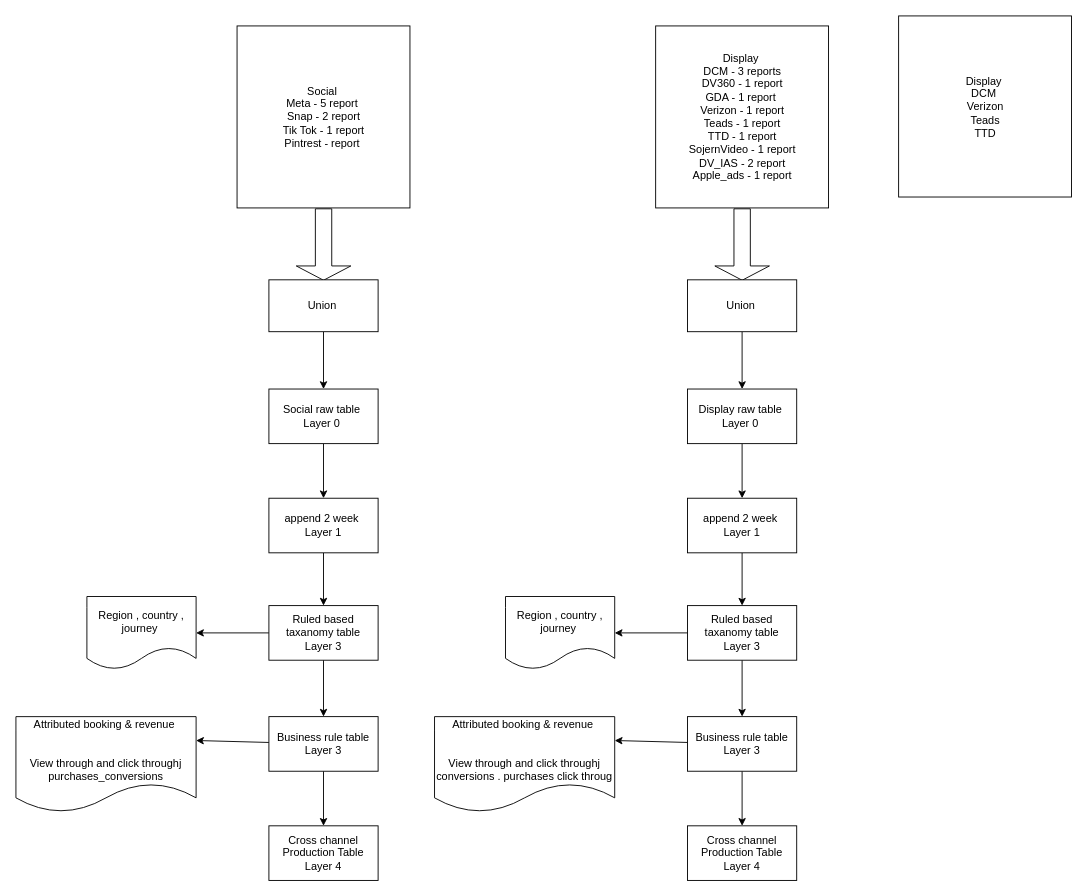
Before: page "Page-3" (3 of 3) of Re-Architecture Marriott.drawio in mundimark/awesome-markdown-editors, a draw.io diagram. Source tidied: cells renumbered, new cells numbered last; positions are measured from the earlier drawing's top-left corner, leaving out a move shared by most shapes. Both pictures are drawn from the tidied source at 91%, with x=0, y=0 at pixel (15, 15).
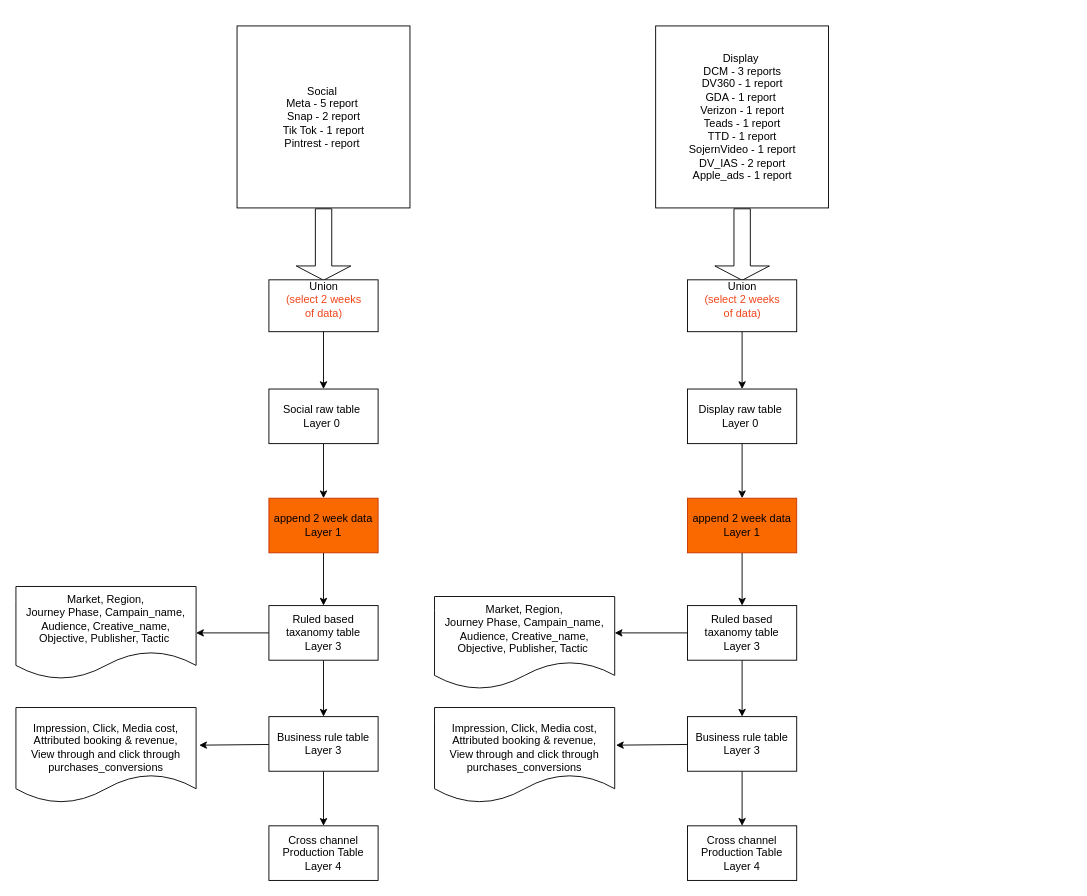
The same diagram, later.

Unchanged cells that the change refers to:
```xml
<mxCell id="7" value="Social raw table&amp;nbsp;&lt;br&gt;Layer 0&amp;nbsp;" style="whiteSpace=wrap;html=1;dashed=0;" parent="1" vertex="1">
  <mxGeometry x="278" y="410" width="120" height="60" as="geometry" />
</mxCell>
<mxCell id="12" value="Ruled based taxanomy table&lt;br&gt;Layer 3" style="whiteSpace=wrap;html=1;dashed=0;" parent="1" vertex="1">
  <mxGeometry x="278" y="648" width="120" height="60" as="geometry" />
</mxCell>
<mxCell id="15" value="Business rule table&lt;br&gt;Layer 3" style="whiteSpace=wrap;html=1;dashed=0;" parent="1" vertex="1">
  <mxGeometry x="278" y="770" width="120" height="60" as="geometry" />
</mxCell>
<mxCell id="30" value="Ruled based taxanomy table&lt;br&gt;Layer 3" style="whiteSpace=wrap;html=1;dashed=0;" parent="1" vertex="1">
  <mxGeometry x="738" y="648" width="120" height="60" as="geometry" />
</mxCell>
<mxCell id="33" value="Business rule table&lt;br&gt;Layer 3" style="whiteSpace=wrap;html=1;dashed=0;" parent="1" vertex="1">
  <mxGeometry x="738" y="770" width="120" height="60" as="geometry" />
</mxCell>
```

What changed in the source:
```diff
@@
-    <mxCell id="5" value="Union&amp;nbsp;" style="html=1;dashed=0;whitespace=wrap;" parent="1" vertex="1">
+    <mxCell id="5" value="Union&lt;br&gt;&lt;font color=&quot;#f0451a&quot;&gt;(select 2 weeks &lt;br&gt;of data)&lt;/font&gt;&lt;br&gt;&amp;nbsp;" style="html=1;dashed=0;whitespace=wrap;" parent="1" vertex="1">
       <mxGeometry x="278" y="290" width="120" height="57" as="geometry" />
     </mxCell>
-    <mxCell id="6" style="edgeStyle=none;html=1;" parent="1" edge="1" source="7" target="9">
-      <mxGeometry relative="1" as="geometry" />
+    <mxCell id="6" style="edgeStyle=none;html=1;" parent="1" edge="1" source="7">
+      <mxGeometry relative="1" as="geometry">
+        <mxPoint x="338" y="530" as="targetPoint" />
+      </mxGeometry>
     </mxCell>
@@
-    <mxCell id="8" style="edgeStyle=none;html=1;" parent="1" edge="1" source="9" target="12">
-      <mxGeometry relative="1" as="geometry" />
+    <mxCell id="8" style="edgeStyle=none;html=1;" parent="1" edge="1" target="12">
+      <mxGeometry relative="1" as="geometry">
+        <mxPoint x="338" y="590" as="sourcePoint" />
+      </mxGeometry>
     </mxCell>
-    <mxCell id="9" value="append 2 week&amp;nbsp;&lt;br&gt;Layer 1" style="whiteSpace=wrap;html=1;dashed=0;" parent="1" vertex="1">
-      <mxGeometry x="278" y="530" width="120" height="60" as="geometry" />
-    </mxCell>
@@
-    <mxCell id="14" style="edgeStyle=none;html=1;entryX=1;entryY=0.25;entryDx=0;entryDy=0;" parent="1" edge="1" source="15" target="18">
+    <mxCell id="14" style="edgeStyle=none;html=1;entryX=1.017;entryY=0.394;entryDx=0;entryDy=0;entryPerimeter=0;" parent="1" edge="1" source="15" target="18">
       <mxGeometry relative="1" as="geometry" />
     </mxCell>
@@
-    <mxCell id="17" value="Region , country , journey&amp;nbsp;" style="shape=document;whiteSpace=wrap;html=1;boundedLbl=1;dashed=0;" parent="1" vertex="1">
-      <mxGeometry x="78" y="638" width="120" height="80" as="geometry" />
+    <mxCell id="17" value="Market, Region,&lt;br&gt;Journey Phase, Campain_name,&lt;br&gt;Audience, Creative_name,&lt;br&gt;Objective, Publisher, Tactic&amp;nbsp;" style="shape=document;whiteSpace=wrap;html=1;boundedLbl=1;dashed=0;" parent="1" vertex="1">
+      <mxGeometry y="627" width="198" height="102" as="geometry" />
     </mxCell>
-    <mxCell id="18" value="Attributed booking &amp;amp; revenue&amp;nbsp;&lt;br&gt;&lt;br&gt;&lt;br&gt;View through and click throughj purchases_conversions" style="shape=document;whiteSpace=wrap;html=1;boundedLbl=1;dashed=0;" parent="1" vertex="1">
-      <mxGeometry y="770" width="198" height="105" as="geometry" />
+    <mxCell id="18" value="&lt;br&gt;Impression, Click, Media cost, Attributed booking &amp;amp; revenue,&lt;br&gt;View through and click through purchases_conversions" style="shape=document;whiteSpace=wrap;html=1;boundedLbl=1;dashed=0;" parent="1" vertex="1">
+      <mxGeometry y="760" width="198" height="105" as="geometry" />
     </mxCell>
-    <mxCell id="19" value="Display&amp;nbsp;&lt;br&gt;DCM&amp;nbsp;&lt;br&gt;Verizon&lt;br&gt;Teads&lt;br&gt;TTD&lt;br&gt;" style="html=1;dashed=0;whitespace=wrap;" parent="1" vertex="1">
-      <mxGeometry x="970" width="190" height="199" as="geometry" />
-    </mxCell>
@@
-    <mxCell id="23" value="Union&amp;nbsp;" style="html=1;dashed=0;whitespace=wrap;" parent="1" vertex="1">
+    <mxCell id="23" value="Union&lt;br&gt;&lt;font color=&quot;#f0451a&quot;&gt;(select 2 weeks&lt;br&gt;of data)&lt;/font&gt;&lt;br&gt;&amp;nbsp;" style="html=1;dashed=0;whitespace=wrap;" parent="1" vertex="1">
       <mxGeometry x="738" y="290" width="120" height="57" as="geometry" />
     </mxCell>
@@
-    <mxCell id="27" value="append 2 week&amp;nbsp;&lt;br&gt;Layer 1" style="whiteSpace=wrap;html=1;dashed=0;" parent="1" vertex="1">
+    <mxCell id="27" value="append 2 week data&lt;br&gt;Layer 1" style="whiteSpace=wrap;html=1;dashed=0;fillColor=#fa6800;fontColor=#000000;strokeColor=#C73500;" parent="1" vertex="1">
       <mxGeometry x="738" y="530" width="120" height="60" as="geometry" />
     </mxCell>
@@
-    <mxCell id="29" style="edgeStyle=none;html=1;" parent="1" edge="1" source="30" target="35">
-      <mxGeometry relative="1" as="geometry" />
+    <mxCell id="29" style="edgeStyle=none;html=1;" parent="1" edge="1" source="30">
+      <mxGeometry relative="1" as="geometry">
+        <mxPoint x="658" y="678" as="targetPoint" />
+      </mxGeometry>
     </mxCell>
@@
-    <mxCell id="32" style="edgeStyle=none;html=1;entryX=1;entryY=0.25;entryDx=0;entryDy=0;" parent="1" edge="1" source="33" target="36">
+    <mxCell id="32" style="edgeStyle=none;html=1;entryX=1.007;entryY=0.394;entryDx=0;entryDy=0;entryPerimeter=0;" parent="1" edge="1" source="33" target="36">
       <mxGeometry relative="1" as="geometry" />
     </mxCell>
@@
-    <mxCell id="35" value="Region , country , journey&amp;nbsp;" style="shape=document;whiteSpace=wrap;html=1;boundedLbl=1;dashed=0;" parent="1" vertex="1">
-      <mxGeometry x="538" y="638" width="120" height="80" as="geometry" />
-    </mxCell>
-    <mxCell id="36" value="Attributed booking &amp;amp; revenue&amp;nbsp;&lt;br&gt;&lt;br&gt;&lt;br&gt;View through and click throughj conversions . purchases click throug" style="shape=document;whiteSpace=wrap;html=1;boundedLbl=1;dashed=0;" parent="1" vertex="1">
-      <mxGeometry x="460" y="770" width="198" height="105" as="geometry" />
+    <mxCell id="36" value="&lt;br&gt;Impression, Click, Media cost, Attributed booking &amp;amp; revenue,&lt;br&gt;View through and click through purchases_conversions" style="shape=document;whiteSpace=wrap;html=1;boundedLbl=1;dashed=0;" parent="1" vertex="1">
+      <mxGeometry x="460" y="760" width="198" height="105" as="geometry" />
     </mxCell>
+    <mxCell id="37" value="append 2 week data&lt;br&gt;Layer 1" style="whiteSpace=wrap;html=1;dashed=0;fillColor=#fa6800;fontColor=#000000;strokeColor=#C73500;" parent="1" vertex="1">
+      <mxGeometry x="278" y="530" width="120" height="60" as="geometry" />
+    </mxCell>
+    <mxCell id="38" value="Market, Region,&lt;br&gt;Journey Phase, Campain_name,&lt;br&gt;Audience, Creative_name,&lt;br&gt;Objective, Publisher, Tactic&amp;nbsp;" style="shape=document;whiteSpace=wrap;html=1;boundedLbl=1;dashed=0;" parent="1" vertex="1">
+      <mxGeometry x="460" y="638" width="198" height="102" as="geometry" />
+    </mxCell>
```
